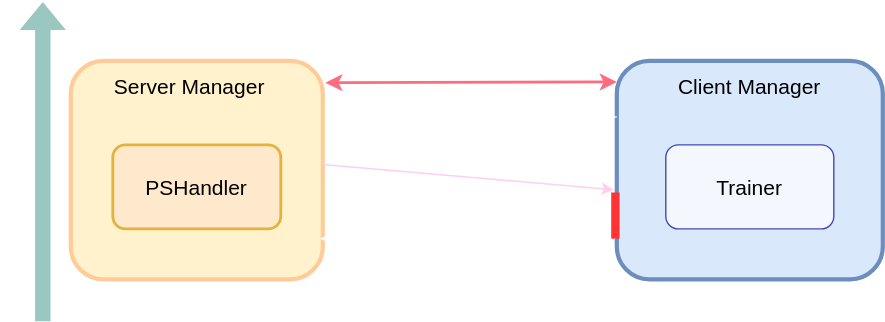
The draw.io diagram docs/imgs/fedlab-asynchronous-dark.svg in SMILELab-FL/FedLab, before a commit. Source tidied: cells renumbered, new cells last; positions are measured from the earlier drawing's top-left corner, leaving out a move shared by most shapes. The source it was exported from:
```xml
<mxGraphModel background="#4D4D4D">
  <root>
    <mxCell id="0" />
    <mxCell id="1" parent="0" />
    <mxCell id="2" value="&lt;font style=&quot;font-size: 14px&quot;&gt;local train&lt;/font&gt;" style="text;html=1;strokeColor=none;fillColor=none;align=center;verticalAlign=middle;whiteSpace=wrap;rounded=0;fontColor=#FFFFFF;" parent="1" vertex="1">
      <mxGeometry x="390" y="142" width="90" height="20" as="geometry" />
    </mxCell>
    <mxCell id="3" style="rounded=1;whiteSpace=wrap;html=1;fillColor=#fff2cc;strokeColor=#FFCC99;strokeWidth=3;" parent="1" vertex="1">
      <mxGeometry x="80" y="43" width="180" height="156" as="geometry" />
    </mxCell>
    <mxCell id="4" value="&lt;font style=&quot;font-size: 15px&quot;&gt;Server Manager&lt;/font&gt;" style="text;html=1;strokeColor=none;fillColor=none;align=center;verticalAlign=middle;whiteSpace=wrap;rounded=0;" parent="1" vertex="1">
      <mxGeometry x="100" y="51" width="130" height="20" as="geometry" />
    </mxCell>
    <mxCell id="5" style="rounded=1;whiteSpace=wrap;html=1;fillColor=#dae8fc;strokeColor=#6c8ebf;strokeWidth=3;" parent="1" vertex="1">
      <mxGeometry x="470" y="43" width="190" height="156" as="geometry" />
    </mxCell>
    <mxCell id="6" value="&lt;font style=&quot;font-size: 15px&quot;&gt;Client Manager&lt;/font&gt;" style="text;html=1;strokeColor=none;fillColor=none;align=center;verticalAlign=middle;whiteSpace=wrap;rounded=1;" parent="1" vertex="1">
      <mxGeometry x="470" y="51" width="190" height="20" as="geometry" />
    </mxCell>
    <mxCell id="7" style="endArrow=classic;html=1;fillColor=#d80073;exitX=1;exitY=0.5;exitDx=0;exitDy=0;strokeColor=#FFCFED;" parent="1" edge="1">
      <mxGeometry relative="1" as="geometry">
        <mxPoint x="260" y="117" as="sourcePoint" />
        <mxPoint x="468" y="135" as="targetPoint" />
      </mxGeometry>
    </mxCell>
    <mxCell id="8" style="endArrow=classic;html=1;exitX=-0.004;exitY=0.812;exitDx=0;exitDy=0;entryX=0.99;entryY=0.814;entryDx=0;entryDy=0;entryPerimeter=0;exitPerimeter=0;strokeColor=#FFFFFF;" parent="1" edge="1" source="5" target="3">
      <mxGeometry relative="1" as="geometry" />
    </mxCell>
    <mxCell id="9" value="&lt;font style=&quot;font-size: 14px&quot;&gt;synchronize&lt;/font&gt;" style="text;html=1;strokeColor=none;fillColor=none;align=center;verticalAlign=middle;whiteSpace=wrap;rounded=0;shadow=0;glass=0;dashed=1;sketch=0;opacity=70;fontColor=#FFFFFF;" parent="1" vertex="1">
      <mxGeometry x="323" y="152" width="90" height="20" as="geometry" />
    </mxCell>
    <mxCell id="10" value="&lt;font style=&quot;font-size: 15px&quot;&gt;PSHandler&lt;/font&gt;" style="rounded=1;whiteSpace=wrap;html=1;shadow=0;glass=0;sketch=0;strokeColor=#d79b00;fillColor=#ffe6cc;opacity=70;strokeWidth=2;" parent="1" vertex="1">
      <mxGeometry x="110" y="103" width="120" height="60" as="geometry" />
    </mxCell>
    <mxCell id="11" value="&lt;font style=&quot;font-size: 15px&quot;&gt;Trainer&lt;/font&gt;" style="rounded=1;whiteSpace=wrap;html=1;shadow=0;glass=0;sketch=0;opacity=70;strokeColor=#000099;" parent="1" vertex="1">
      <mxGeometry x="505" y="103" width="120" height="60" as="geometry" />
    </mxCell>
    <mxCell id="12" value="&lt;font style=&quot;font-size: 14px&quot;&gt;connection initialization&lt;/font&gt;" style="text;html=1;strokeColor=none;fillColor=none;align=center;verticalAlign=middle;whiteSpace=wrap;rounded=0;fontColor=#FFFFFF;" parent="1" vertex="1">
      <mxGeometry x="281" y="40" width="170" height="20" as="geometry" />
    </mxCell>
    <mxCell id="13" style="endArrow=classic;startArrow=classic;html=1;entryX=0;entryY=0.25;entryDx=0;entryDy=0;exitX=1.01;exitY=0.087;exitDx=0;exitDy=0;exitPerimeter=0;fillColor=#d80073;strokeWidth=2;strokeColor=#FF6B7F;" parent="1" edge="1">
      <mxGeometry relative="1" as="geometry">
        <mxPoint x="261.8" y="58.6" as="sourcePoint" />
        <mxPoint x="470" y="58" as="targetPoint" />
      </mxGeometry>
    </mxCell>
    <mxCell id="14" value="&lt;font style=&quot;font-size: 14px&quot;&gt;broadcast&lt;/font&gt;" style="text;html=1;strokeColor=none;fillColor=none;align=center;verticalAlign=middle;whiteSpace=wrap;rounded=0;rotation=5;fontColor=#FFFFFF;" parent="1" vertex="1">
      <mxGeometry x="320" y="105" width="80" height="20" as="geometry" />
    </mxCell>
    <mxCell id="15" style="endArrow=none;html=1;strokeWidth=6;strokeColor=#FF3333;" parent="1" edge="1">
      <mxGeometry relative="1" as="geometry">
        <mxPoint x="469" y="170" as="sourcePoint" />
        <mxPoint x="469" y="137" as="targetPoint" />
      </mxGeometry>
    </mxCell>
    <mxCell id="16" style="endArrow=classic;html=1;exitX=0;exitY=0.25;exitDx=0;exitDy=0;fontColor=#FFFFFF;strokeColor=#FFFFFF;" parent="1" edge="1">
      <mxGeometry x="292" y="253.9" as="geometry">
        <mxPoint x="470" y="83" as="sourcePoint" />
        <mxPoint x="262" y="102" as="targetPoint" />
      </mxGeometry>
    </mxCell>
    <mxCell id="17" value="&lt;font style=&quot;font-size: 14px&quot;&gt;parameter request&lt;/font&gt;" style="text;html=1;strokeColor=none;fillColor=none;align=center;verticalAlign=middle;whiteSpace=wrap;rounded=0;rotation=-5;fontColor=#FFFFFF;" parent="1" vertex="1">
      <mxGeometry x="290" y="74" width="140" height="20" as="geometry" />
    </mxCell>
    <mxCell id="18" style="shape=flexArrow;endArrow=classic;html=1;fontColor=#000000;strokeWidth=2;strokeColor=none;fillColor=#9AC7BF;" parent="1" edge="1">
      <mxGeometry relative="1" as="geometry">
        <mxPoint x="60" y="230" as="sourcePoint" />
        <mxPoint x="60" as="targetPoint" />
      </mxGeometry>
    </mxCell>
    <mxCell id="19" value="Time Line" style="text;html=1;align=center;verticalAlign=middle;fillColor=none;strokeColor=none;rounded=0;fontSize=15;rotation=-90;fontColor=#FFFFFF;" parent="1" vertex="1">
      <mxGeometry y="105" width="80" height="20" as="geometry" />
    </mxCell>
  </root>
</mxGraphModel>
```
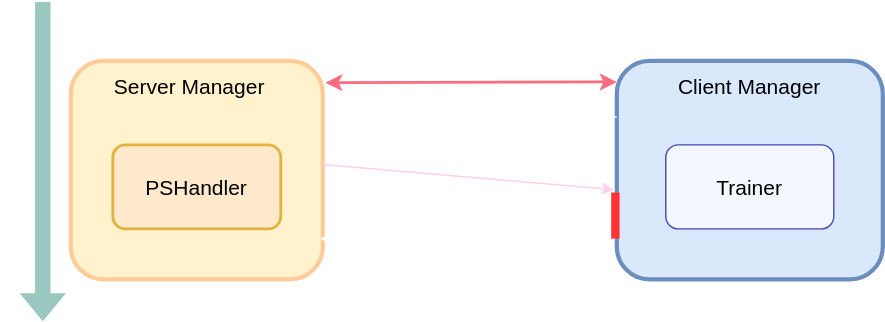
The same diagram one commit later.

Commit message:
fix syn/asyn overview imgs

Change to the diagram source:
```diff
@@ -64,11 +64,11 @@
     </mxCell>
     <mxCell id="18" style="shape=flexArrow;endArrow=classic;html=1;fontColor=#000000;strokeWidth=2;strokeColor=none;fillColor=#9AC7BF;" parent="1" edge="1">
       <mxGeometry relative="1" as="geometry">
-        <mxPoint x="60" y="230" as="sourcePoint" />
-        <mxPoint x="60" as="targetPoint" />
+        <mxPoint x="60" as="sourcePoint" />
+        <mxPoint x="60" y="230" as="targetPoint" />
       </mxGeometry>
     </mxCell>
-    <mxCell id="19" value="Time Line" style="text;html=1;align=center;verticalAlign=middle;fillColor=none;strokeColor=none;rounded=0;fontSize=15;rotation=-90;fontColor=#FFFFFF;" parent="1" vertex="1">
+    <mxCell id="19" value="Time Line" style="text;html=1;align=center;verticalAlign=middle;fillColor=none;strokeColor=none;rounded=0;fontSize=15;rotation=90;fontColor=#FFFFFF;" parent="1" vertex="1">
       <mxGeometry y="105" width="80" height="20" as="geometry" />
     </mxCell>
   </root>
```
